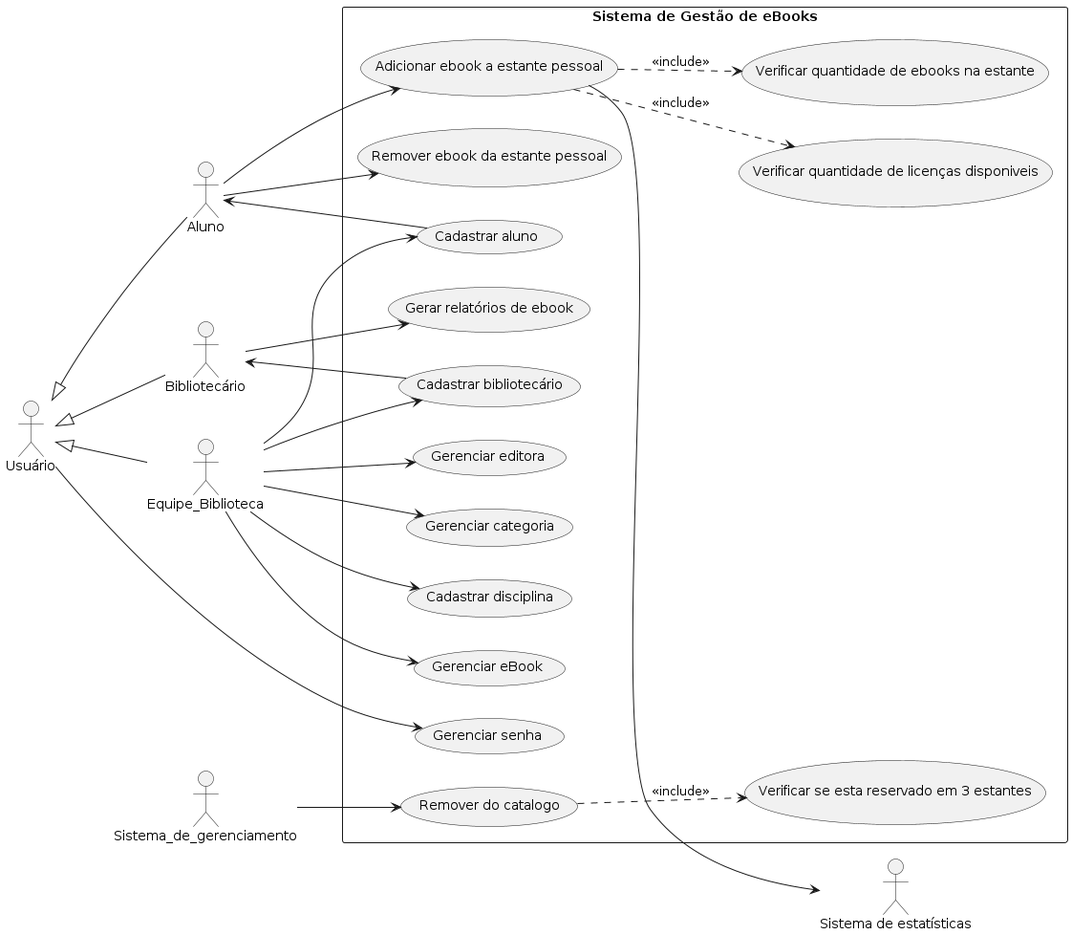
brunokilo/lab01-ebooks-biblioteca keeps this PlantUML diagram as docs/diagramas/casos-de-uso.png. Above is the earlier version.
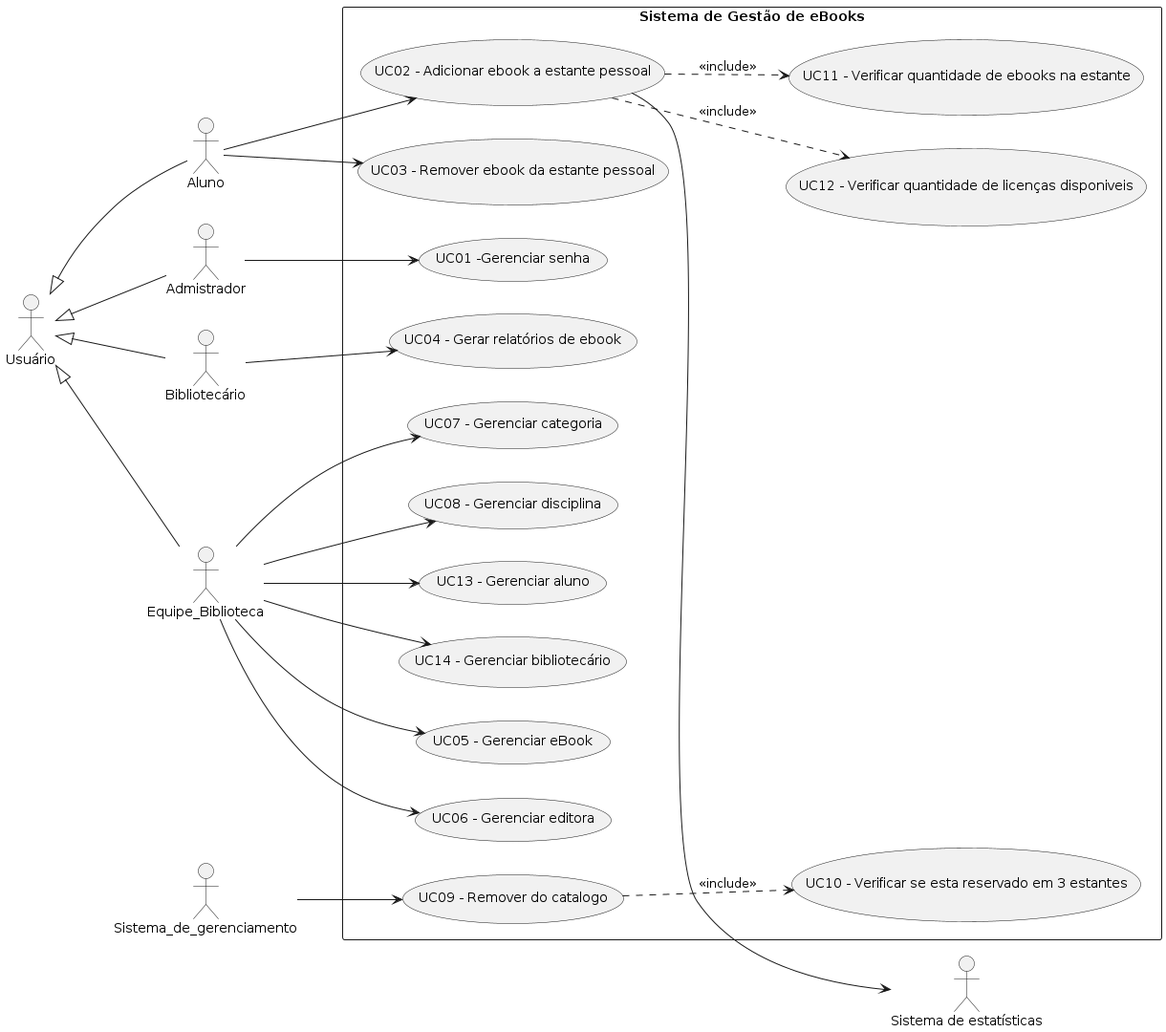
After the change.

Commit message:
diagramas: correção da imagem

Diff of the diagram source:
```diff
@@ -4,33 +4,35 @@
 
 actor "Usuário" as Usuario
 actor Aluno
+actor Admistrador
 actor "Bibliotecário" as Bibliotecario
 actor Equipe_Biblioteca
 actor Sistema_de_gerenciamento
 actor "Sistema de estatísticas" as Sistema_de_estatisticas
 
 rectangle "Sistema de Gestão de eBooks" {
-  usecase "Gerenciar senha" as UC01
-  usecase "Adicionar ebook a estante pessoal" as UC02
-  usecase "Remover ebook da estante pessoal" as UC03
-  usecase "Gerar relatórios de ebook" as UC04
-  usecase "Gerenciar eBook" as UC05
-  usecase "Gerenciar editora" as UC06
-  usecase "Gerenciar categoria" as UC07
-  usecase "Cadastrar disciplina" as UC08
-  usecase "Remover do catalogo" as UC09
-  usecase "Verificar se esta reservado em 3 estantes" as UC10
-  usecase "Verificar quantidade de ebooks na estante" as UC11
-  usecase "Verificar quantidade de licenças disponiveis" as UC12
-  usecase "Cadastrar aluno" as UC13
-  usecase "Cadastrar bibliotecário" as UC14
+  usecase "UC01 -Gerenciar senha" as UC01
+  usecase "UC02 - Adicionar ebook a estante pessoal" as UC02
+  usecase "UC03 - Remover ebook da estante pessoal" as UC03
+  usecase "UC04 - Gerar relatórios de ebook" as UC04
+  usecase "UC05 - Gerenciar eBook" as UC05
+  usecase "UC06 - Gerenciar editora" as UC06
+  usecase "UC07 - Gerenciar categoria" as UC07
+  usecase "UC08 - Gerenciar disciplina" as UC08
+  usecase "UC09 - Remover do catalogo" as UC09
+  usecase "UC10 - Verificar se esta reservado em 3 estantes" as UC10
+  usecase "UC11 - Verificar quantidade de ebooks na estante" as UC11
+  usecase "UC12 - Verificar quantidade de licenças disponiveis" as UC12
+  usecase "UC13 - Gerenciar aluno" as UC13
+  usecase "UC14 - Gerenciar bibliotecário" as UC14
 }
 
 Usuario <|-- Equipe_Biblioteca
 Usuario <|-- Bibliotecario
 Usuario <|-- Aluno
+Usuario <|-- Admistrador
 
-Usuario --> (UC01)
+Admistrador --> (UC01)
 
 Equipe_Biblioteca --> (UC05)
 Equipe_Biblioteca --> (UC06)
@@ -38,8 +40,6 @@
 Equipe_Biblioteca --> (UC08)
 Equipe_Biblioteca --> (UC13)
 Equipe_Biblioteca --> (UC14)
-UC13 --> Aluno
-UC14 --> Bibliotecario
 
 Bibliotecario --> (UC04)
 
```
